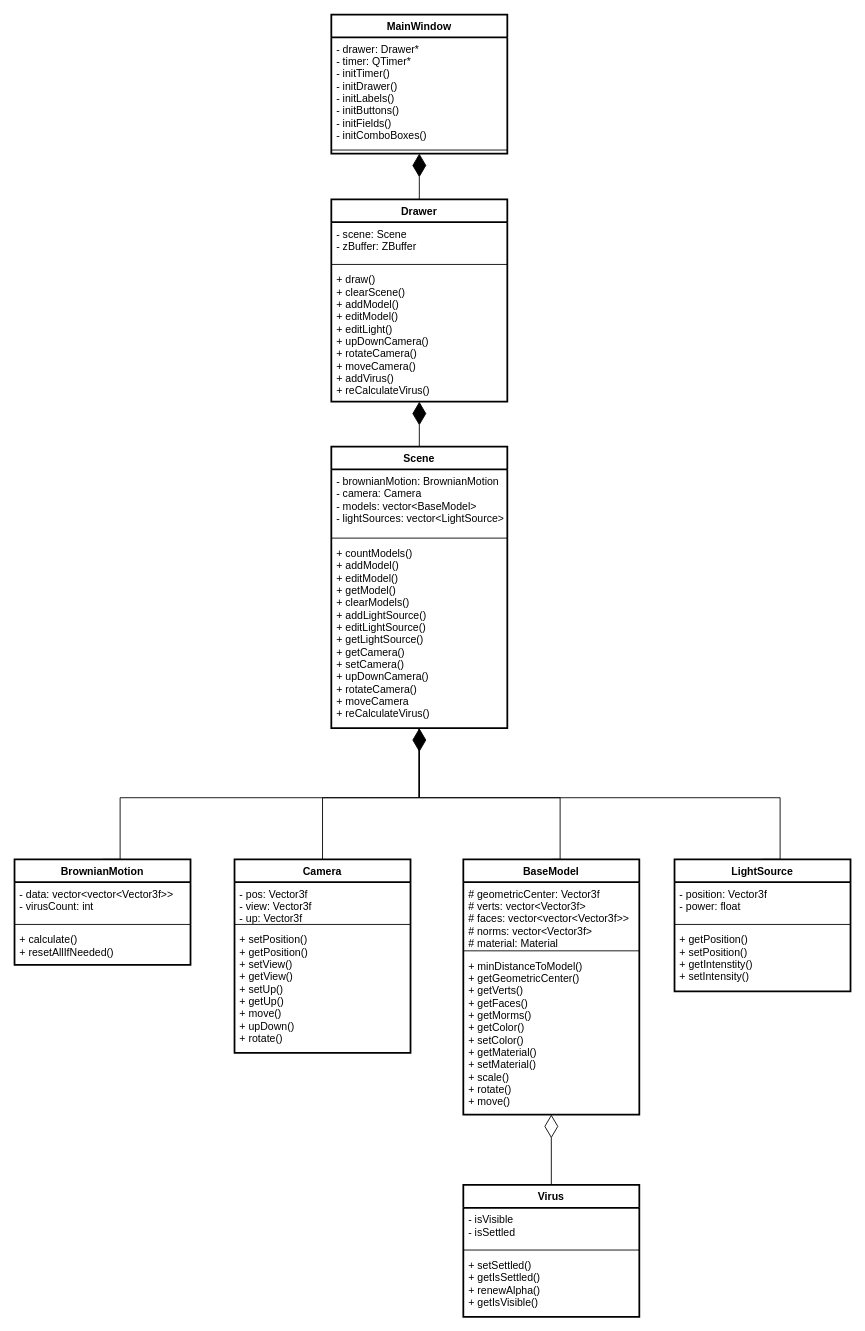
tatarinova0903/bmstu_cg_course keeps this draw.io diagram as page "classes" (4 of 4) of Итог/Курсач.drawio. Above is the earlier version. Source tidied: cells renumbered, new cells numbered last; positions are measured from the earlier drawing's top-left corner, leaving out a move shared by most shapes. Both pictures are drawn from the tidied source at 88%, with x=0, y=0 at pixel (14, 14).
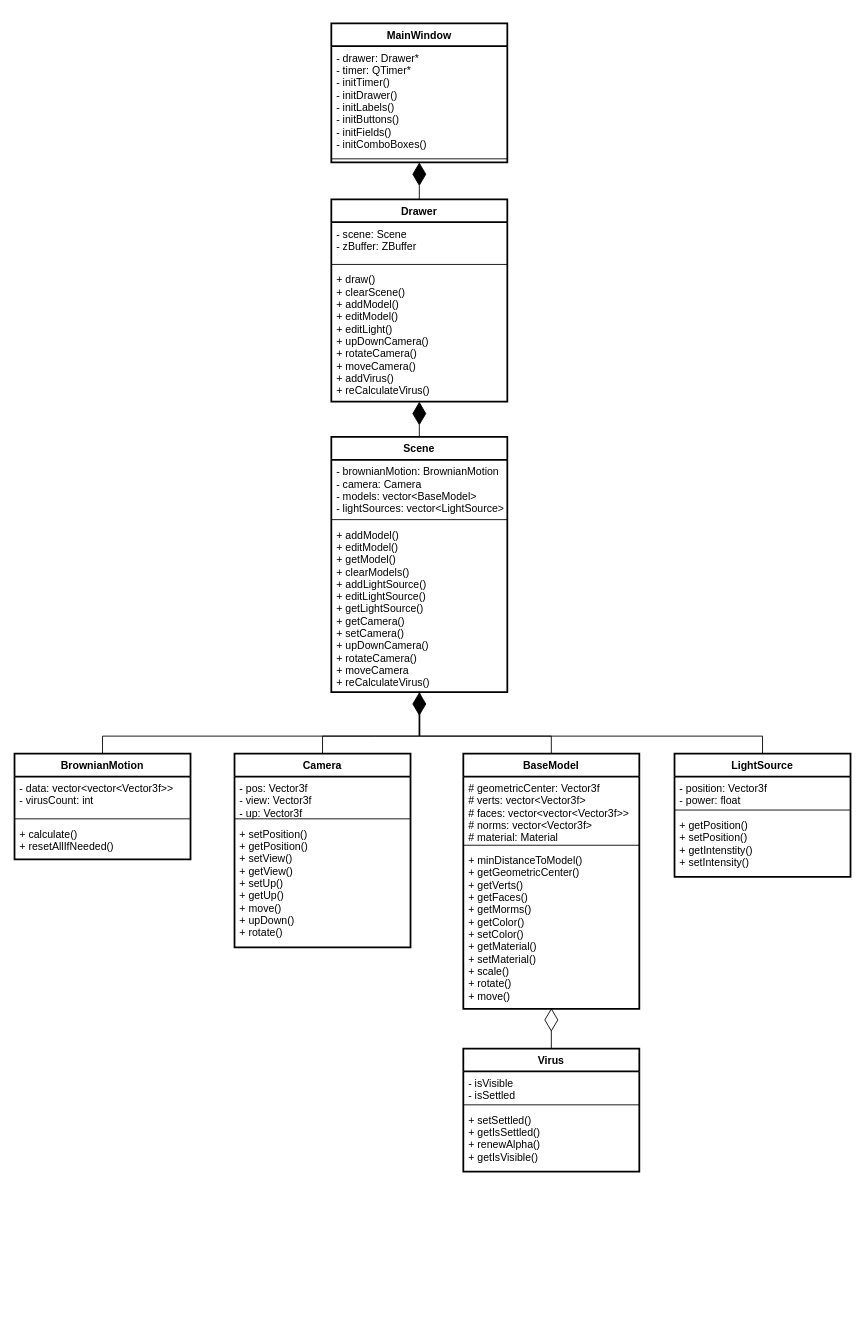
After the change.

What changed in the source:
```diff
@@
     <mxCell id="2" value="MainWindow" style="swimlane;fontStyle=1;align=center;verticalAlign=top;horizontal=1;startSize=26;strokeWidth=2;" parent="1" vertex="1">
-      <mxGeometry x="360" width="200" height="158" as="geometry" />
+      <mxGeometry x="360" y="10" width="200" height="158" as="geometry" />
     </mxCell>
@@
     <mxCell id="10" value="Scene" style="swimlane;fontStyle=1;align=center;verticalAlign=top;horizontal=1;startSize=26;strokeWidth=2;" parent="1" vertex="1">
-      <mxGeometry x="360" y="491" width="200" height="320" as="geometry" />
+      <mxGeometry x="360" y="480" width="200" height="290" as="geometry" />
     </mxCell>
     <mxCell id="11" value="- brownianMotion: BrownianMotion&#10;- camera: Camera&#10;- models: vector&lt;BaseModel&gt;&#10;- lightSources: vector&lt;LightSource&gt;" style="text;strokeColor=none;fillColor=none;align=left;verticalAlign=top;spacingLeft=4;spacingRight=4;overflow=hidden;strokeWidth=2;" parent="10" vertex="1">
-      <mxGeometry y="26" width="200" height="74" as="geometry" />
+      <mxGeometry y="26" width="200" height="64" as="geometry" />
     </mxCell>
     <mxCell id="12" style="line;strokeWidth=1;fillColor=none;align=left;verticalAlign=middle;spacingTop=-1;spacingLeft=3;spacingRight=3;labelPosition=right;strokeColor=inherit;" parent="10" vertex="1">
-      <mxGeometry y="100" width="200" height="8" as="geometry" />
+      <mxGeometry y="90" width="200" height="8" as="geometry" />
     </mxCell>
-    <mxCell id="13" value="+ countModels()&#10;+ addModel()&#10;+ editModel()&#10;+ getModel()&#10;+ clearModels()&#10;+ addLightSource()&#10;+ editLightSource()&#10;+ getLightSource()&#10;+ getCamera()&#10;+ setCamera()&#10;+ upDownCamera()&#10;+ rotateCamera()&#10;+ moveCamera&#10;+ reCalculateVirus()" style="text;strokeColor=none;fillColor=none;align=left;verticalAlign=top;spacingLeft=4;spacingRight=4;overflow=hidden;points=[[0,0.5],[1,0.5]];portConstraint=eastwest;strokeWidth=2;" parent="10" vertex="1">
-      <mxGeometry y="108" width="200" height="212" as="geometry" />
+    <mxCell id="13" value="+ addModel()&#10;+ editModel()&#10;+ getModel()&#10;+ clearModels()&#10;+ addLightSource()&#10;+ editLightSource()&#10;+ getLightSource()&#10;+ getCamera()&#10;+ setCamera()&#10;+ upDownCamera()&#10;+ rotateCamera()&#10;+ moveCamera&#10;+ reCalculateVirus()" style="text;strokeColor=none;fillColor=none;align=left;verticalAlign=top;spacingLeft=4;spacingRight=4;overflow=hidden;points=[[0,0.5],[1,0.5]];portConstraint=eastwest;strokeWidth=2;" parent="10" vertex="1">
+      <mxGeometry y="98" width="200" height="192" as="geometry" />
     </mxCell>
@@
-    <mxCell id="15" style="edgeStyle=orthogonalEdgeStyle;rounded=0;jettySize=auto;html=1;exitX=0.5;exitY=0;exitDx=0;exitDy=0;entryX=0.498;entryY=1.002;entryDx=0;entryDy=0;entryPerimeter=0;endArrow=none;endFill=0;" parent="1" edge="1" source="16" target="13">
-      <mxGeometry relative="1" as="geometry">
-        <Array as="points">
-          <mxPoint x="120" y="890" />
-          <mxPoint x="460" y="890" />
-        </Array>
-      </mxGeometry>
-    </mxCell>
+    <mxCell id="40" style="edgeStyle=orthogonalEdgeStyle;rounded=0;jettySize=auto;html=1;exitX=0.5;exitY=0;exitDx=0;exitDy=0;entryX=0.5;entryY=1;entryDx=0;entryDy=0;endArrow=none;endFill=0;" parent="1" edge="1" source="16" target="10">
+      <mxGeometry relative="1" as="geometry">
+        <Array as="points">
+          <mxPoint x="100" y="820" />
+          <mxPoint x="460" y="820" />
+        </Array>
+      </mxGeometry>
+    </mxCell>
     <mxCell id="16" value="BrownianMotion" style="swimlane;fontStyle=1;align=center;verticalAlign=top;horizontal=1;startSize=26;strokeWidth=2;" parent="1" vertex="1">
-      <mxGeometry y="960" width="200" height="120" as="geometry" />
+      <mxGeometry y="840" width="200" height="120" as="geometry" />
     </mxCell>
@@
     <mxCell id="20" value="Camera" style="swimlane;fontStyle=1;align=center;verticalAlign=top;horizontal=1;startSize=26;strokeWidth=2;" parent="1" vertex="1">
-      <mxGeometry x="250" y="960" width="200" height="220" as="geometry" />
+      <mxGeometry x="250" y="840" width="200" height="220" as="geometry" />
     </mxCell>
@@
-    <mxCell id="24" style="edgeStyle=orthogonalEdgeStyle;rounded=0;jettySize=auto;html=1;exitX=0.5;exitY=0;exitDx=0;exitDy=0;entryX=0.5;entryY=1;entryDx=0;entryDy=0;endArrow=none;endFill=0;" parent="1" edge="1" source="25" target="10">
-      <mxGeometry relative="1" as="geometry">
-        <Array as="points">
-          <mxPoint x="620" y="890" />
-          <mxPoint x="460" y="890" />
-        </Array>
-      </mxGeometry>
-    </mxCell>
+    <mxCell id="41" style="edgeStyle=orthogonalEdgeStyle;rounded=0;jettySize=auto;html=1;exitX=0.5;exitY=0;exitDx=0;exitDy=0;entryX=0.503;entryY=0.995;entryDx=0;entryDy=0;entryPerimeter=0;endArrow=none;endFill=0;" parent="1" edge="1" source="25" target="13">
+      <mxGeometry relative="1" as="geometry">
+        <Array as="points">
+          <mxPoint x="610" y="820" />
+          <mxPoint x="461" y="820" />
+        </Array>
+      </mxGeometry>
+    </mxCell>
     <mxCell id="25" value="BaseModel" style="swimlane;fontStyle=1;align=center;verticalAlign=top;horizontal=1;startSize=26;strokeWidth=2;" parent="1" vertex="1">
-      <mxGeometry x="510" y="960" width="200" height="290" as="geometry" />
+      <mxGeometry x="510" y="840" width="200" height="290" as="geometry" />
     </mxCell>
@@
-    <mxCell id="29" style="edgeStyle=orthogonalEdgeStyle;rounded=0;jettySize=auto;html=1;exitX=0.5;exitY=0;exitDx=0;exitDy=0;entryX=0.5;entryY=1;entryDx=0;entryDy=0;endArrow=none;endFill=0;" parent="1" edge="1" source="30" target="10">
-      <mxGeometry relative="1" as="geometry">
-        <Array as="points">
-          <mxPoint x="870" y="890" />
-          <mxPoint x="460" y="890" />
-        </Array>
-      </mxGeometry>
-    </mxCell>
+    <mxCell id="42" style="edgeStyle=orthogonalEdgeStyle;rounded=0;jettySize=auto;html=1;exitX=0.5;exitY=0;exitDx=0;exitDy=0;endArrow=none;endFill=0;" parent="1" edge="1" source="30">
+      <mxGeometry relative="1" as="geometry">
+        <mxPoint x="460" y="780" as="targetPoint" />
+        <Array as="points">
+          <mxPoint x="850" y="820" />
+          <mxPoint x="460" y="820" />
+        </Array>
+      </mxGeometry>
+    </mxCell>
     <mxCell id="30" value="LightSource" style="swimlane;fontStyle=1;align=center;verticalAlign=top;horizontal=1;startSize=26;strokeWidth=2;" parent="1" vertex="1">
-      <mxGeometry x="750" y="960" width="200" height="150" as="geometry" />
+      <mxGeometry x="750" y="840" width="200" height="140" as="geometry" />
     </mxCell>
     <mxCell id="31" value="- position: Vector3f&#10;- power: float" style="text;strokeColor=none;fillColor=none;align=left;verticalAlign=top;spacingLeft=4;spacingRight=4;overflow=hidden;strokeWidth=2;" parent="30" vertex="1">
-      <mxGeometry y="26" width="200" height="44" as="geometry" />
+      <mxGeometry y="26" width="200" height="34" as="geometry" />
     </mxCell>
     <mxCell id="32" style="line;strokeWidth=1;fillColor=none;align=left;verticalAlign=middle;spacingTop=-1;spacingLeft=3;spacingRight=3;labelPosition=right;strokeColor=inherit;" parent="30" vertex="1">
-      <mxGeometry y="70" width="200" height="8" as="geometry" />
+      <mxGeometry y="60" width="200" height="8" as="geometry" />
     </mxCell>
     <mxCell id="33" value="+ getPosition()&#10;+ setPosition()&#10;+ getIntenstity()&#10;+ setIntensity()" style="text;strokeColor=none;fillColor=none;align=left;verticalAlign=top;spacingLeft=4;spacingRight=4;overflow=hidden;strokeWidth=2;" parent="30" vertex="1">
-      <mxGeometry y="78" width="200" height="72" as="geometry" />
+      <mxGeometry y="68" width="200" height="72" as="geometry" />
     </mxCell>
     <mxCell id="34" value="Virus" style="swimlane;fontStyle=1;align=center;verticalAlign=top;horizontal=1;startSize=26;strokeWidth=2;" parent="1" vertex="1">
-      <mxGeometry x="510" y="1330" width="200" height="150" as="geometry" />
+      <mxGeometry x="510" y="1175" width="200" height="140" as="geometry" />
     </mxCell>
     <mxCell id="35" value="- isVisible&#10;- isSettled" style="text;strokeColor=none;fillColor=none;align=left;verticalAlign=top;spacingLeft=4;spacingRight=4;overflow=hidden;strokeWidth=2;" parent="34" vertex="1">
-      <mxGeometry y="26" width="200" height="44" as="geometry" />
+      <mxGeometry y="26" width="200" height="34" as="geometry" />
     </mxCell>
     <mxCell id="36" style="line;strokeWidth=1;fillColor=none;align=left;verticalAlign=middle;spacingTop=-1;spacingLeft=3;spacingRight=3;labelPosition=right;strokeColor=inherit;" parent="34" vertex="1">
-      <mxGeometry y="70" width="200" height="8" as="geometry" />
+      <mxGeometry y="60" width="200" height="8" as="geometry" />
     </mxCell>
     <mxCell id="37" value="+ setSettled()&#10;+ getIsSettled()&#10;+ renewAlpha()&#10;+ getIsVisible()" style="text;strokeColor=none;fillColor=none;align=left;verticalAlign=top;spacingLeft=4;spacingRight=4;overflow=hidden;strokeWidth=2;" parent="34" vertex="1">
-      <mxGeometry y="78" width="200" height="72" as="geometry" />
+      <mxGeometry y="68" width="200" height="72" as="geometry" />
     </mxCell>
     <mxCell id="38" style="endArrow=diamondThin;endFill=1;endSize=24;html=1;rounded=0;exitX=0.5;exitY=0;exitDx=0;exitDy=0;entryX=0.5;entryY=1;entryDx=0;entryDy=0;" parent="1" edge="1" source="20" target="10">
       <mxGeometry relative="1" as="geometry">
         <Array as="points">
-          <mxPoint x="350" y="890" />
-          <mxPoint x="410" y="890" />
-          <mxPoint x="460" y="890" />
+          <mxPoint x="350" y="820" />
+          <mxPoint x="410" y="820" />
+          <mxPoint x="460" y="820" />
         </Array>
       </mxGeometry>
     </mxCell>
     <mxCell id="39" style="endArrow=diamondThin;endFill=0;endSize=24;html=1;rounded=0;exitX=0.5;exitY=0;exitDx=0;exitDy=0;" parent="1" edge="1" source="34">
       <mxGeometry relative="1" as="geometry">
-        <mxPoint x="610" y="1250" as="targetPoint" />
+        <mxPoint x="610" y="1129" as="targetPoint" />
       </mxGeometry>
     </mxCell>
```
